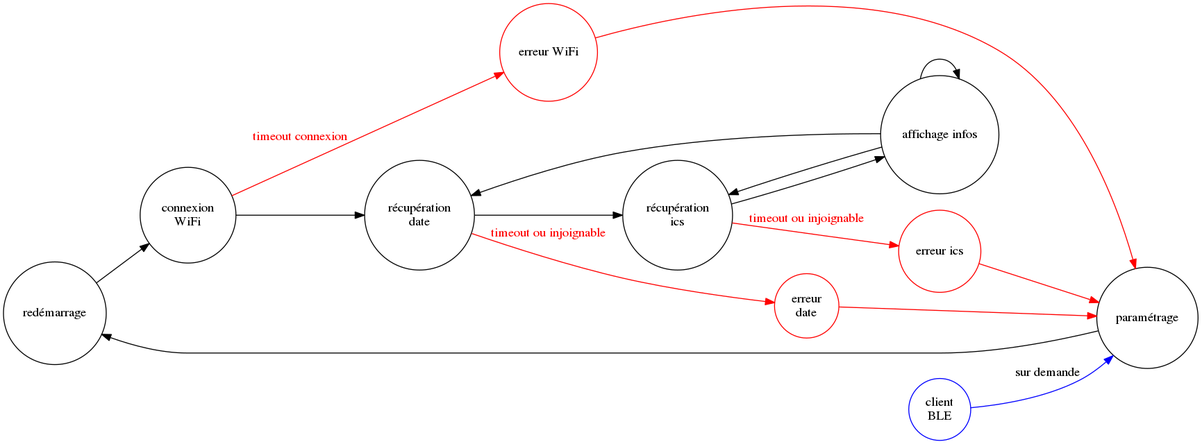
This is doc/states.png from Mxkiller56/projetutmcr, a Graphviz export, as it was before one commit. Its source is kept beside it as doc/states.dot.
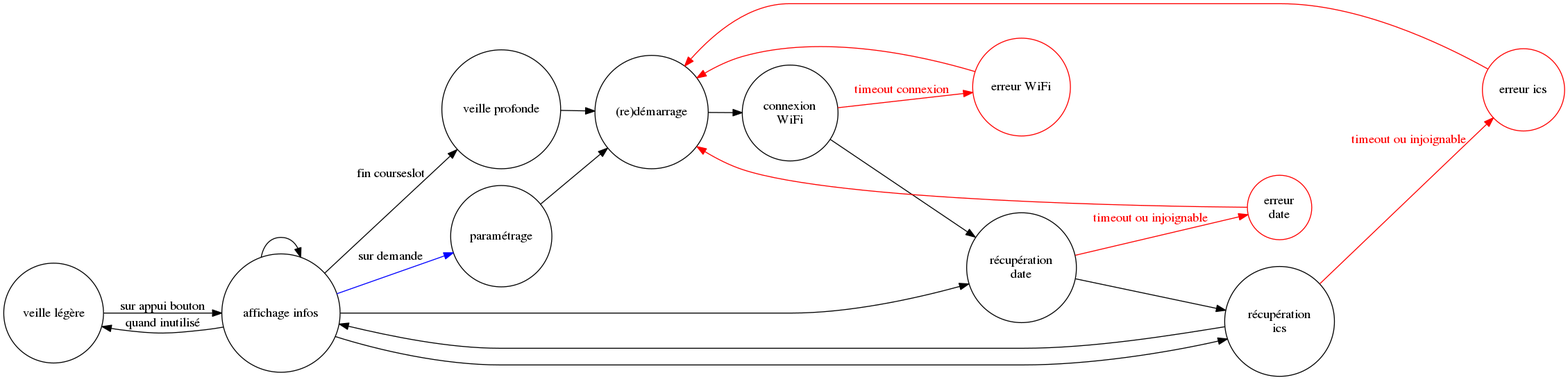
After the change.

Commit message:
Modified states graph to reflect real use

The edit, as a diff of the source:
```diff
@@ -1,13 +1,14 @@
 digraph states {
   rankdir="LR";
   node [shape=circle];
-  reboot[label="redémarrage"];
+  lightsleep[label="veille légère"];
+  deepsleep[label="veille profonde"];
+  reboot[label="(re)démarrage"];
   wifico[label="connexion\nWiFi"];
   date[label="récupération\ndate"];
   ics[label="récupération\nics"];
   settings[label="paramétrage"];
   showtime[label="affichage infos"];
-  blecli[label="client\nBLE", color=blue];
   /* erreurs */
   {
     node [color=red];
@@ -20,9 +21,9 @@
     wifico->err_wifico [label="timeout connexion"];
     date->err_date [label="timeout ou injoignable"];
     ics->err_ics [label="timeout ou injoignable"];
-    err_wifico->settings;
-    err_date->settings;
-    err_ics->settings;
+    err_wifico->reboot;
+    err_date->reboot;
+    err_ics->reboot;
   }
   reboot->wifico;
   wifico->date;
@@ -32,5 +33,9 @@
   showtime->ics;
   showtime->date;
   showtime->showtime;
-  blecli->settings [color=blue,label="sur demande"];
+  showtime->settings [color=blue,label="sur demande"];
+  showtime->deepsleep[label="fin courseslot"];
+  deepsleep->reboot;
+  showtime->lightsleep[label="quand inutilisé"];
+  lightsleep->showtime[label="sur appui bouton"];
 }
```
